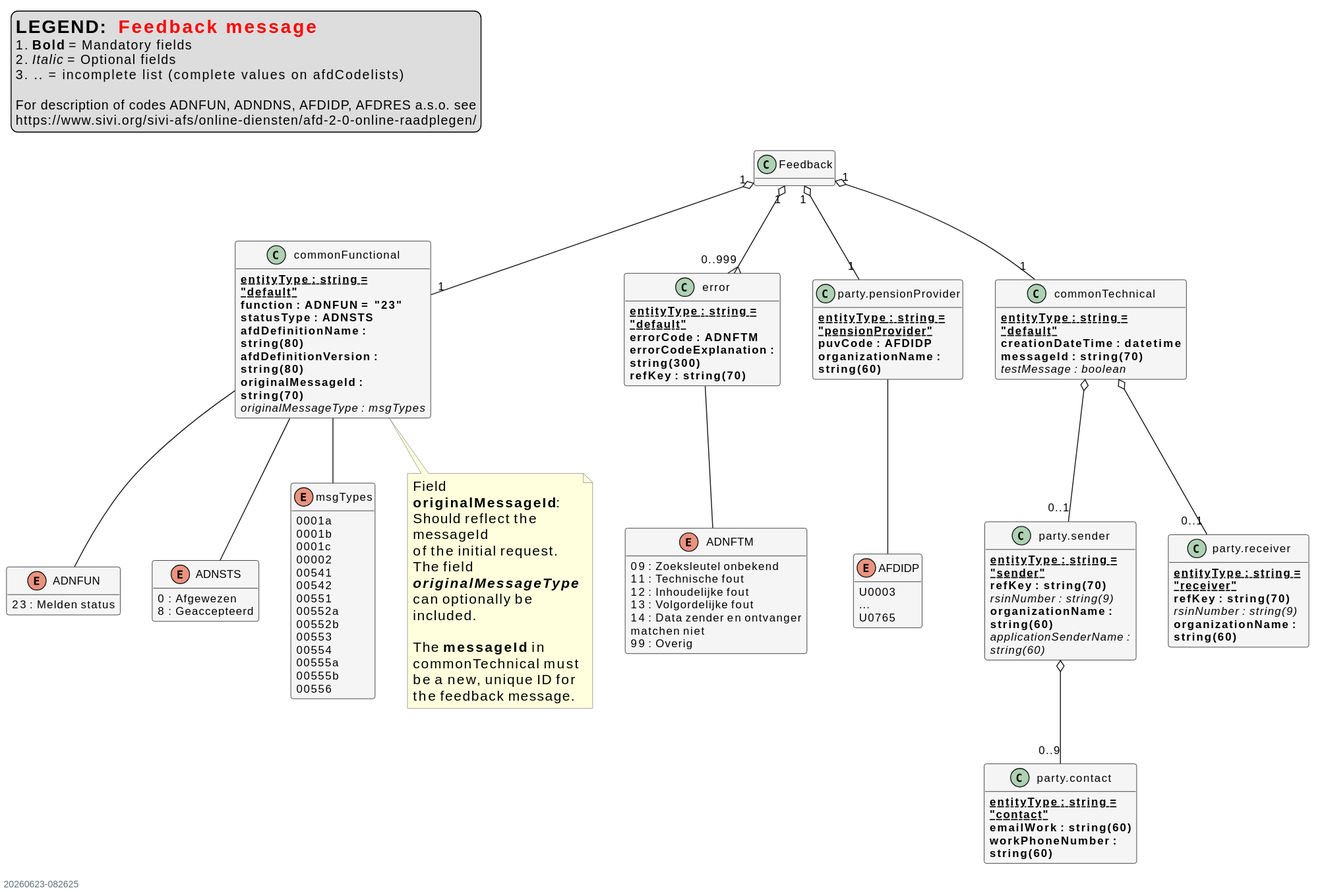
The PlantUML diagram VBPUO_Feedback_Message/MessageStructureView/archive/Feedback_message.svg in Stichting-SIVI/VBPUOdsk, before a commit.
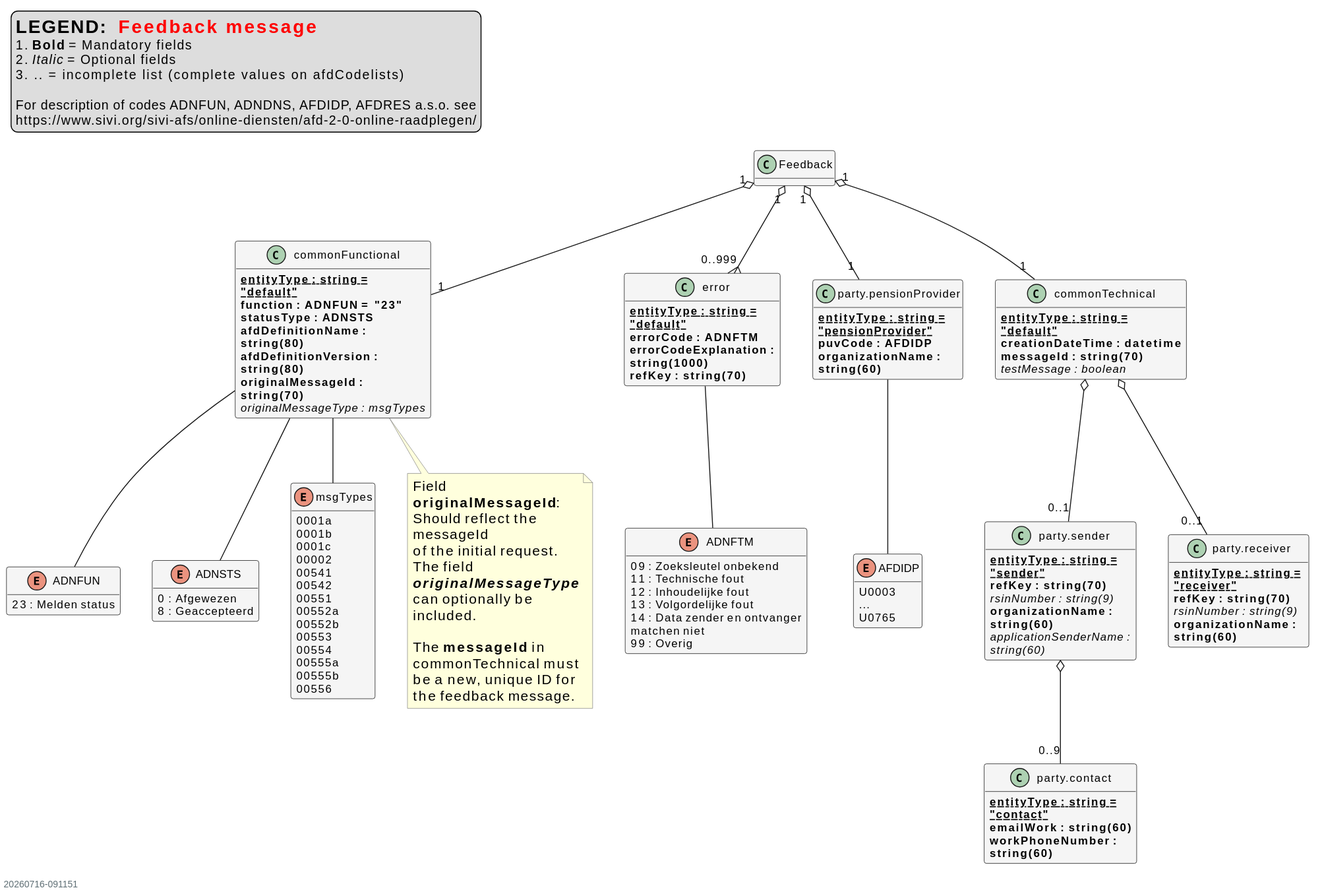
The same file after the commit.

What changed in the source:
```diff
@@ -113,7 +113,7 @@
 class error {
     {static} **entityType : string = "default"**
     **errorCode : ADNFTM**
-    {field} **errorCodeExplanation : string(300)**
+    {field} **errorCodeExplanation : string(1000)**
     {field} **refKey : string(70)**
 }
 
```
